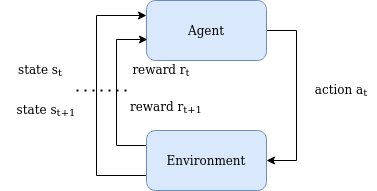
The draw.io diagram diagrams/reinforce_learning_control_loop.png in analytiq-hub/sigagent.github.io, before a commit. Source tidied: cells renumbered, new cells last; positions are measured from the earlier drawing's top-left corner, leaving out a move shared by most shapes.
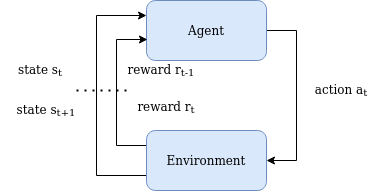
Above is the later version.

Diff of the diagram source:
```diff
@@ -35,7 +35,7 @@
     <mxCell id="7" value="action a&lt;sub&gt;t&lt;/sub&gt;" style="text;html=1;strokeColor=none;fillColor=none;align=center;verticalAlign=middle;whiteSpace=wrap;rounded=0;" parent="1" vertex="1">
       <mxGeometry x="306" y="80" width="70" height="20" as="geometry" />
     </mxCell>
-    <mxCell id="8" value="reward r&lt;sub&gt;t&lt;/sub&gt;" style="text;html=1;strokeColor=none;fillColor=none;align=center;verticalAlign=middle;whiteSpace=wrap;rounded=0;" parent="1" vertex="1">
+    <mxCell id="8" value="reward r&lt;sub&gt;t-1&lt;/sub&gt;" style="text;html=1;strokeColor=none;fillColor=none;align=center;verticalAlign=middle;whiteSpace=wrap;rounded=0;" parent="1" vertex="1">
       <mxGeometry x="126" y="60" width="70" height="20" as="geometry" />
     </mxCell>
     <mxCell id="9" value="state s&lt;sub&gt;t&lt;/sub&gt;" style="text;html=1;strokeColor=none;fillColor=none;align=center;verticalAlign=middle;whiteSpace=wrap;rounded=0;" parent="1" vertex="1">
@@ -44,7 +44,7 @@
     <mxCell id="10" value="state s&lt;sub&gt;t+1&lt;/sub&gt;" style="text;html=1;strokeColor=none;fillColor=none;align=center;verticalAlign=middle;whiteSpace=wrap;rounded=0;" parent="1" vertex="1">
       <mxGeometry x="6" y="100" width="80" height="20" as="geometry" />
     </mxCell>
-    <mxCell id="11" value="reward r&lt;sub&gt;t+1&lt;/sub&gt;" style="text;html=1;strokeColor=none;fillColor=none;align=center;verticalAlign=middle;whiteSpace=wrap;rounded=0;" parent="1" vertex="1">
+    <mxCell id="11" value="reward r&lt;sub&gt;t&lt;/sub&gt;" style="text;html=1;strokeColor=none;fillColor=none;align=center;verticalAlign=middle;whiteSpace=wrap;rounded=0;" parent="1" vertex="1">
       <mxGeometry x="126" y="97" width="80" height="20" as="geometry" />
     </mxCell>
     <mxCell id="12" style="endArrow=none;dashed=1;html=1;dashPattern=1 3;strokeWidth=2;" parent="1" edge="1">
```
